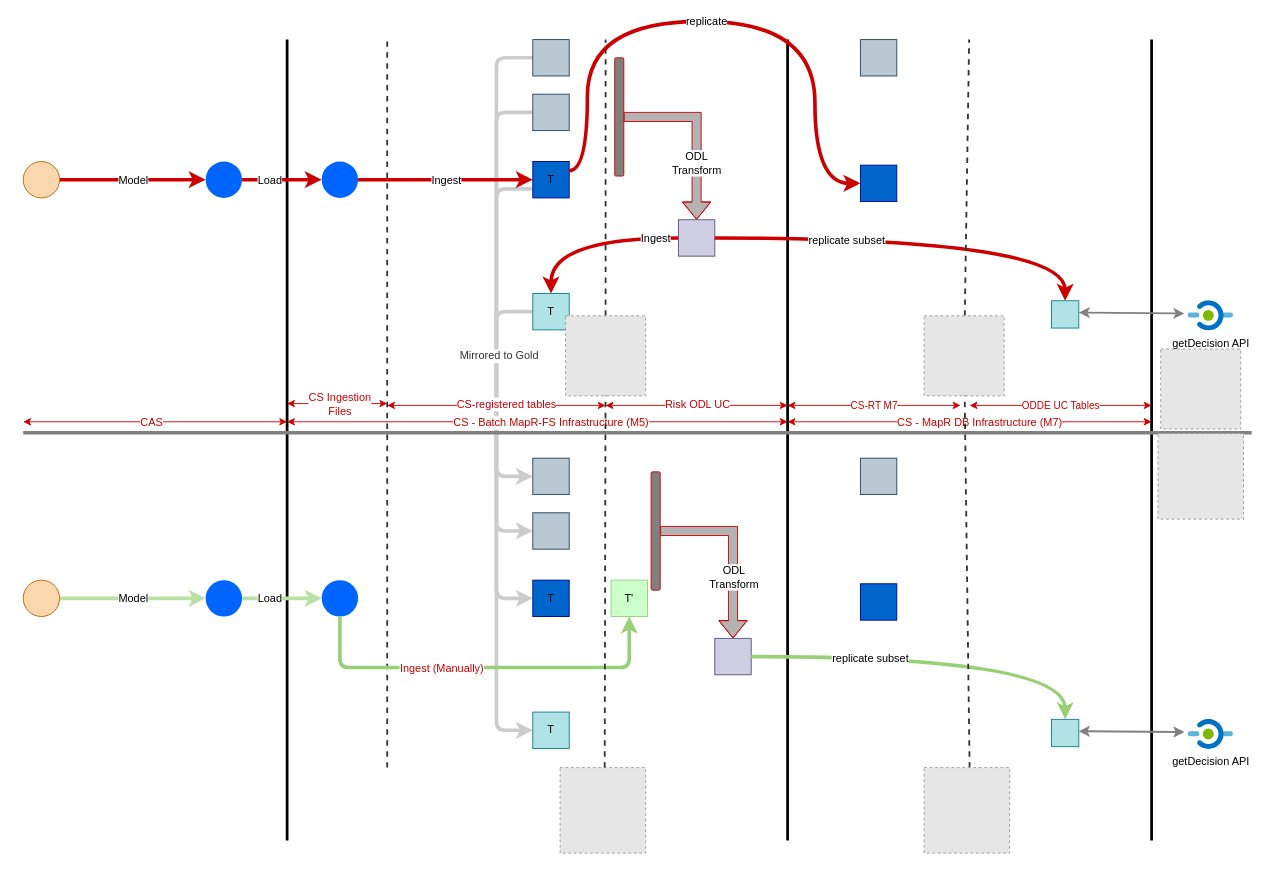
Before: DataflowCS.drawio in gaurjain/drawio, a draw.io diagram. Source tidied: cells renumbered, new cells numbered last; positions are measured from the earlier drawing's top-left corner, leaving out a move shared by most shapes. Both pictures are drawn from the tidied source at 91%, with x=0, y=0 at pixel (23, 21). Pictures stored in the file or linked from it are replaced by grey dashed boxes.
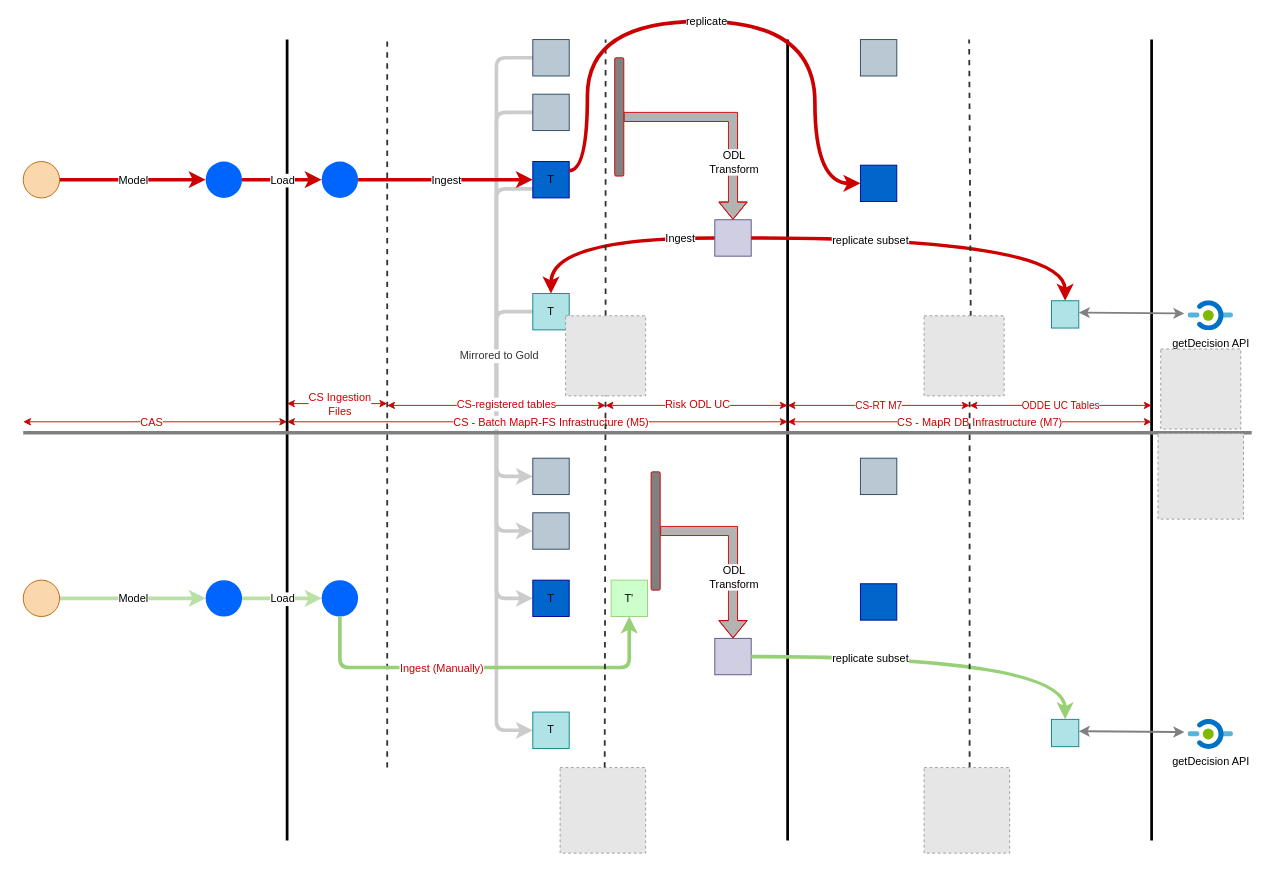
Above is the later version.

The change refers to these unchanged cells:
```xml
<mxCell id="11" style="edgeStyle=orthogonalEdgeStyle;curved=1;rounded=0;jettySize=auto;html=1;strokeColor=#CC0000;strokeWidth=1;shape=flexArrow;exitX=1;exitY=0.5;exitDx=0;exitDy=0;fillColor=#B3B3B3;" parent="1" edge="1" source="7" target="16">
  <mxGeometry relative="1" as="geometry" />
</mxCell>
<mxCell id="28" style="rounded=0;jettySize=auto;html=1;entryX=0;entryY=0.5;entryDx=0;entryDy=0;exitX=1;exitY=0.5;exitDx=0;exitDy=0;strokeColor=#CC0000;strokeWidth=4;verticalAlign=middle;" parent="1" edge="1" source="26" target="25">
  <mxGeometry relative="1" as="geometry" />
</mxCell>
<mxCell id="67" style="rounded=0;jettySize=auto;html=1;entryX=0;entryY=0.5;entryDx=0;entryDy=0;exitX=1;exitY=0.5;exitDx=0;exitDy=0;strokeColor=#B9E0A5;strokeWidth=4;verticalAlign=middle;" parent="1" edge="1" source="66" target="65">
  <mxGeometry relative="1" as="geometry" />
</mxCell>
<mxCell id="80" style="fillColor=#E6E6E6;strokeColor=#999999;dashed=1;html=1;verticalAlign=top;verticalLabelPosition=bottom;labelBackgroundColor=#ffffff;fontColor=#CC0000;" parent="1" vertex="1">
  <mxGeometry x="990" y="323.5" width="88" height="88" as="geometry" />
</mxCell>
```

Diff of the diagram source:
```diff
@@
     <mxCell id="12" value="ODL &lt;br&gt;Transform" style="text;html=1;align=center;verticalAlign=middle;labelBackgroundColor=#ffffff;" parent="11" vertex="1">
       <mxGeometry x="-0.3" y="-2" relative="1" as="geometry">
-        <mxPoint x="11" y="48" as="offset" />
+        <mxPoint x="38" y="47" as="offset" />
       </mxGeometry>
     </mxCell>
@@
     <mxCell id="16" style="whiteSpace=wrap;html=1;strokeColor=#56517e;fillColor=#d0cee2;" parent="1" vertex="1">
-      <mxGeometry x="720" y="218" width="40" height="40" as="geometry" />
+      <mxGeometry x="760" y="218" width="40" height="40" as="geometry" />
     </mxCell>
@@
     <mxCell id="29" value="Load" style="text;html=1;align=center;verticalAlign=middle;labelBackgroundColor=#ffffff;" parent="28" vertex="1">
       <mxGeometry x="0.03" y="-1" relative="1" as="geometry">
-        <mxPoint x="-15.5" y="-1" as="offset" />
+        <mxPoint x="-1" y="-1" as="offset" />
       </mxGeometry>
     </mxCell>
@@
-    <mxCell id="33" style="endArrow=none;dashed=1;html=1;strokeColor=#333333;strokeWidth=2;" parent="1" edge="1" source="80">
+    <mxCell id="33" style="endArrow=none;dashed=1;html=1;strokeColor=#333333;strokeWidth=2;exitX=0.582;exitY=0.009;exitDx=0;exitDy=0;exitPerimeter=0;" parent="1" edge="1" source="80">
       <mxGeometry relative="1" as="geometry">
         <mxPoint x="1039.5" y="20" as="targetPoint" />
       </mxGeometry>
     </mxCell>
@@
     <mxCell id="45" value="CS-RT M7" style="endArrow=classic;startArrow=classic;html=1;strokeColor=#CC0000;strokeWidth=1;fontColor=#CC0000;" parent="1" edge="1">
       <mxGeometry relative="1" as="geometry">
         <mxPoint x="840" y="422" as="sourcePoint" />
-        <mxPoint x="1030" y="422" as="targetPoint" />
+        <mxPoint x="1040" y="422" as="targetPoint" />
       </mxGeometry>
     </mxCell>
@@
     <mxCell id="68" value="Load" style="text;html=1;align=center;verticalAlign=middle;labelBackgroundColor=#ffffff;" parent="67" vertex="1">
       <mxGeometry x="0.03" y="-1" relative="1" as="geometry">
-        <mxPoint x="-15.5" y="-1" as="offset" />
+        <mxPoint x="-1" y="-1" as="offset" />
       </mxGeometry>
     </mxCell>
@@
-    <mxCell id="81" style="endArrow=none;dashed=1;html=1;strokeColor=#333333;strokeWidth=2;" parent="1" edge="1" target="80">
+    <mxCell id="81" style="endArrow=none;dashed=1;html=1;strokeColor=#333333;strokeWidth=2;" parent="1" edge="1">
       <mxGeometry relative="1" as="geometry">
         <mxPoint x="1040" y="820" as="sourcePoint" />
+        <mxPoint x="1040" y="412" as="targetPoint" />
       </mxGeometry>
     </mxCell>
```
